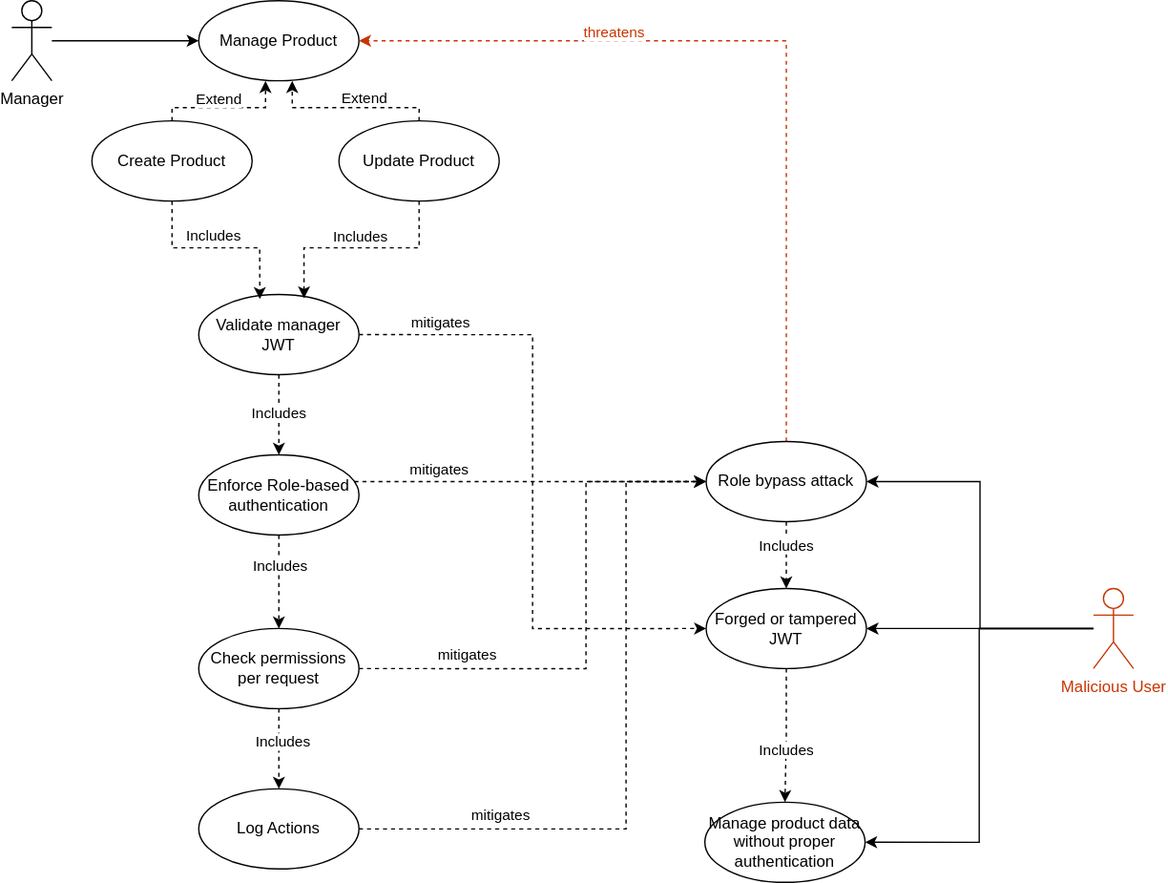
Above: docs/abuse-cases/joao1220663/images/Broken_Authorizon_Product.drawio.svg in mei-desofs/desofs2026-thu_crr_1 (draw.io), before the change. Source tidied: cells renumbered, new cells last; positions are measured from the earlier drawing's top-left corner, leaving out a move shared by most shapes.
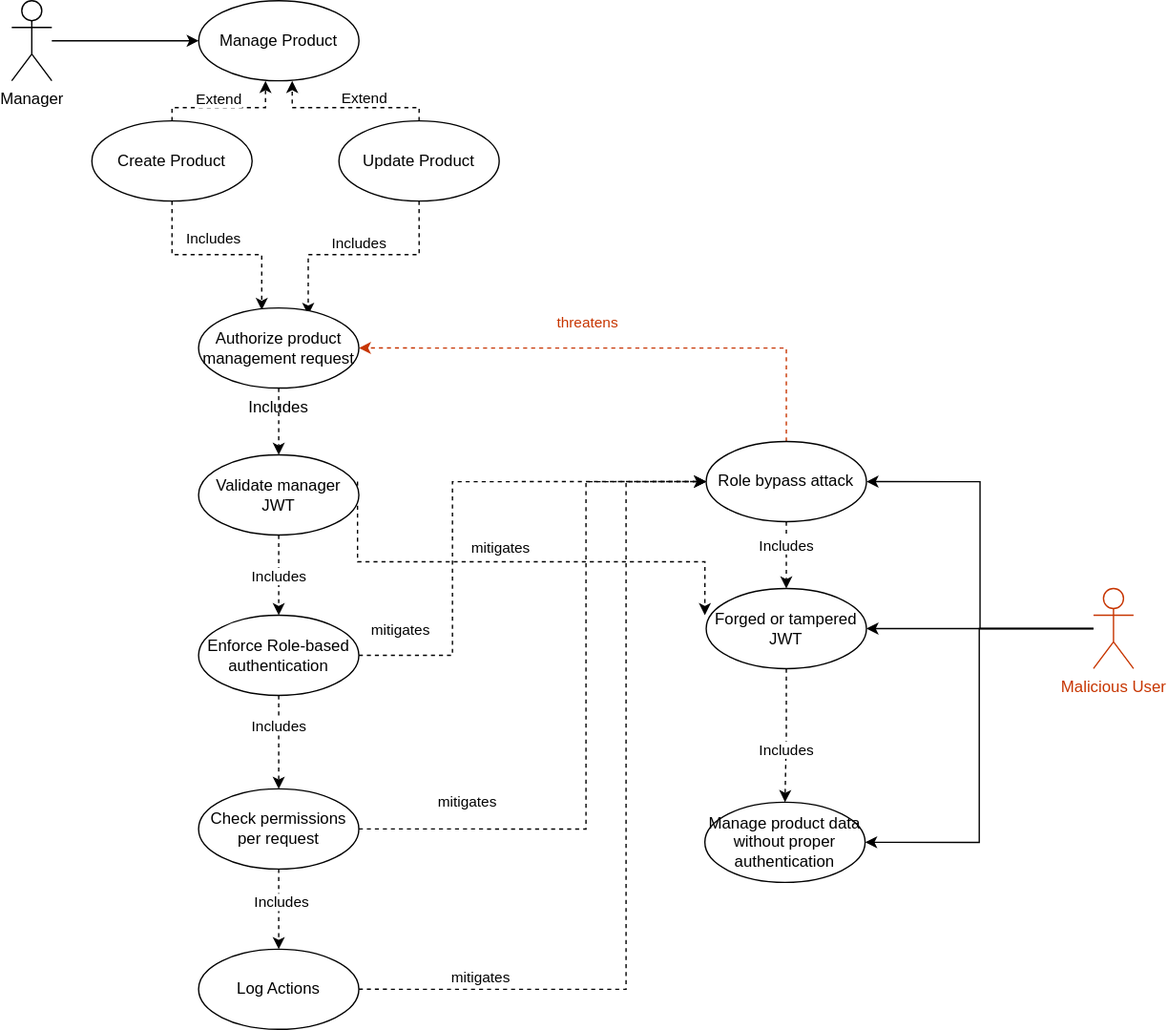
Later version of the same file.

Commit message:
docs: fix in abuse case diagram

Diff of the diagram source:
```diff
@@ -26,11 +26,18 @@
     <mxCell id="9" value="Includes" style="edgeStyle=orthogonalEdgeStyle;rounded=0;jettySize=auto;html=1;dashed=1;" parent="1" edge="1" source="11" target="16">
       <mxGeometry relative="1" as="geometry" />
     </mxCell>
-    <mxCell id="10" style="edgeStyle=orthogonalEdgeStyle;rounded=0;jettySize=auto;html=1;exitX=1;exitY=0.5;exitDx=0;exitDy=0;entryX=0;entryY=0.5;entryDx=0;entryDy=0;dashed=1;" parent="1" edge="1" source="11" target="33">
-      <mxGeometry relative="1" as="geometry" />
+    <mxCell id="10" style="edgeStyle=orthogonalEdgeStyle;rounded=0;orthogonalLoop=1;jettySize=auto;html=1;exitX=1;exitY=0.5;exitDx=0;exitDy=0;entryX=0;entryY=0.5;entryDx=0;entryDy=0;dashed=1;" parent="1" edge="1">
+      <mxGeometry relative="1" as="geometry">
+        <mxPoint x="258.9" y="360" as="sourcePoint" />
+        <mxPoint x="519" y="460" as="targetPoint" />
+        <Array as="points">
+          <mxPoint x="259" y="420" />
+          <mxPoint x="519" y="420" />
+        </Array>
+      </mxGeometry>
     </mxCell>
     <mxCell id="11" value="Validate manager JWT" style="ellipse;whiteSpace=wrap;html=1;fillColor=light-dark(#FFFFFF,#3399FF);strokeColor=light-dark(#000000,#000000);fontColor=light-dark(#000000,#000000);" parent="1" vertex="1">
-      <mxGeometry x="140" y="220" width="120" height="60" as="geometry" />
+      <mxGeometry x="139.9" y="340" width="120" height="60" as="geometry" />
     </mxCell>
     <mxCell id="12" style="edgeStyle=orthogonalEdgeStyle;rounded=0;jettySize=auto;html=1;entryX=0.5;entryY=0;entryDx=0;entryDy=0;dashed=1;" parent="1" edge="1" source="16" target="21">
       <mxGeometry relative="1" as="geometry" />
@@ -43,18 +50,18 @@
     <mxCell id="14" style="edgeStyle=orthogonalEdgeStyle;rounded=0;jettySize=auto;html=1;entryX=0;entryY=0.5;entryDx=0;entryDy=0;dashed=1;" parent="1" edge="1" source="16" target="30">
       <mxGeometry relative="1" as="geometry">
         <Array as="points">
-          <mxPoint x="330" y="360" />
+          <mxPoint x="330" y="490" />
           <mxPoint x="330" y="360" />
         </Array>
       </mxGeometry>
     </mxCell>
     <mxCell id="15" value="mitigates" style="edgeLabel;html=1;align=center;verticalAlign=middle;" parent="14" vertex="1">
       <mxGeometry x="-0.12" y="-1" relative="1" as="geometry">
-        <mxPoint x="-52" y="-11" as="offset" />
+        <mxPoint x="34" y="21" as="offset" />
       </mxGeometry>
     </mxCell>
     <mxCell id="16" value="Enforce Role-based authentication" style="ellipse;whiteSpace=wrap;html=1;fillColor=light-dark(#FFFFFF,#3399FF);strokeColor=light-dark(#000000,#000000);fontColor=light-dark(#000000,#000000);" parent="1" vertex="1">
-      <mxGeometry x="140" y="340" width="120" height="60" as="geometry" />
+      <mxGeometry x="139.9" y="460" width="120" height="60" as="geometry" />
     </mxCell>
     <mxCell id="17" style="edgeStyle=orthogonalEdgeStyle;rounded=0;jettySize=auto;html=1;entryX=0.5;entryY=0;entryDx=0;entryDy=0;dashed=1;" parent="1" edge="1" source="21" target="24">
       <mxGeometry relative="1" as="geometry" />
@@ -65,48 +72,48 @@
     <mxCell id="19" style="edgeStyle=orthogonalEdgeStyle;rounded=0;jettySize=auto;html=1;dashed=1;entryX=0;entryY=0.5;entryDx=0;entryDy=0;exitX=1;exitY=0.5;exitDx=0;exitDy=0;" parent="1" edge="1" source="21" target="30">
       <mxGeometry relative="1" as="geometry">
         <Array as="points">
-          <mxPoint x="430" y="500" />
+          <mxPoint x="430" y="620" />
           <mxPoint x="430" y="360" />
         </Array>
       </mxGeometry>
     </mxCell>
     <mxCell id="20" value="mitigates" style="edgeLabel;html=1;align=center;verticalAlign=middle;" parent="19" vertex="1">
       <mxGeometry x="-0.11" y="-6" relative="1" as="geometry">
-        <mxPoint x="-96" y="-2" as="offset" />
+        <mxPoint x="-96" y="41" as="offset" />
       </mxGeometry>
     </mxCell>
     <mxCell id="21" value="Check permissions per request" style="ellipse;whiteSpace=wrap;html=1;fillColor=light-dark(#FFFFFF,#3399FF);strokeColor=light-dark(#000000,#000000);fontColor=light-dark(#000000,#000000);" parent="1" vertex="1">
-      <mxGeometry x="140" y="470" width="120" height="60" as="geometry" />
+      <mxGeometry x="139.9" y="590" width="120" height="60" as="geometry" />
     </mxCell>
     <mxCell id="22" style="edgeStyle=orthogonalEdgeStyle;rounded=0;jettySize=auto;html=1;dashed=1;entryX=0;entryY=0.5;entryDx=0;entryDy=0;exitX=1;exitY=0.5;exitDx=0;exitDy=0;" parent="1" edge="1" source="24" target="30">
       <mxGeometry relative="1" as="geometry">
         <Array as="points">
-          <mxPoint x="460" y="620" />
+          <mxPoint x="460" y="740" />
           <mxPoint x="460" y="360" />
         </Array>
       </mxGeometry>
     </mxCell>
     <mxCell id="23" value="mitigates" style="edgeLabel;html=1;align=center;verticalAlign=middle;" parent="22" vertex="1">
       <mxGeometry x="-0.15" y="-1" relative="1" as="geometry">
-        <mxPoint x="-96" y="12" as="offset" />
+        <mxPoint x="-111" y="63" as="offset" />
       </mxGeometry>
     </mxCell>
     <mxCell id="24" value="Log Actions" style="ellipse;whiteSpace=wrap;html=1;fillColor=light-dark(#FFFFFF,#3399FF);strokeColor=light-dark(#000000,#000000);fontColor=light-dark(#000000,#000000);" parent="1" vertex="1">
-      <mxGeometry x="140" y="590" width="120" height="60" as="geometry" />
+      <mxGeometry x="139.9" y="710" width="120" height="60" as="geometry" />
     </mxCell>
     <mxCell id="25" value="Manage product data without proper authentication" style="ellipse;whiteSpace=wrap;html=1;fillColor=light-dark(#FFFFFF,#CDA2BE);strokeColor=light-dark(#000000,#000000);fontColor=light-dark(#000000,#000000);" parent="1" vertex="1">
       <mxGeometry x="519" y="600" width="120" height="60" as="geometry" />
     </mxCell>
-    <mxCell id="26" style="edgeStyle=orthogonalEdgeStyle;rounded=0;jettySize=auto;html=1;exitX=0.5;exitY=0;exitDx=0;exitDy=0;dashed=1;strokeColor=light-dark(#C73500,#FF0000);entryX=1;entryY=0.5;entryDx=0;entryDy=0;" parent="1" edge="1" source="30" target="8">
+    <mxCell id="26" style="edgeStyle=orthogonalEdgeStyle;rounded=0;jettySize=auto;html=1;exitX=0.5;exitY=0;exitDx=0;exitDy=0;dashed=1;strokeColor=light-dark(#C73500,#FF0000);entryX=1;entryY=0.5;entryDx=0;entryDy=0;" parent="1" edge="1" source="30" target="46">
       <mxGeometry relative="1" as="geometry">
         <Array as="points">
-          <mxPoint x="580" y="30" />
+          <mxPoint x="580" y="260" />
         </Array>
       </mxGeometry>
     </mxCell>
     <mxCell id="27" value="threatens" style="edgeLabel;html=1;align=center;verticalAlign=middle;strokeColor=light-dark(#C73500,#FF0000);fontColor=light-dark(#C73500,#FF0000);" parent="26" vertex="1">
       <mxGeometry x="0.19" y="2" relative="1" as="geometry">
-        <mxPoint x="-61" y="-9" as="offset" />
+        <mxPoint x="12" y="-22" as="offset" />
       </mxGeometry>
     </mxCell>
     <mxCell id="28" style="edgeStyle=orthogonalEdgeStyle;rounded=0;jettySize=auto;html=1;dashed=1;" parent="1" edge="1" source="30" target="33">
@@ -165,7 +172,7 @@
         <mxPoint x="-3" y="-6" as="offset" />
       </mxGeometry>
     </mxCell>
-    <mxCell id="40" style="edgeStyle=orthogonalEdgeStyle;rounded=0;jettySize=auto;html=1;exitX=0.5;exitY=1;exitDx=0;exitDy=0;entryX=0.381;entryY=0.057;entryDx=0;entryDy=0;entryPerimeter=0;dashed=1;" parent="1" edge="1" source="36" target="11">
+    <mxCell id="40" style="edgeStyle=orthogonalEdgeStyle;rounded=0;jettySize=auto;html=1;exitX=0.5;exitY=1;exitDx=0;exitDy=0;entryX=0.394;entryY=0.025;entryDx=0;entryDy=0;entryPerimeter=0;dashed=1;" parent="1" edge="1" source="36" target="46">
       <mxGeometry relative="1" as="geometry" />
     </mxCell>
     <mxCell id="41" value="Includes" style="edgeLabel;html=1;align=center;verticalAlign=middle;" parent="40" vertex="1">
@@ -173,7 +180,7 @@
         <mxPoint x="30" y="-8" as="offset" />
       </mxGeometry>
     </mxCell>
-    <mxCell id="42" style="edgeStyle=orthogonalEdgeStyle;rounded=0;jettySize=auto;html=1;exitX=0.5;exitY=1;exitDx=0;exitDy=0;entryX=0.657;entryY=0.048;entryDx=0;entryDy=0;entryPerimeter=0;dashed=1;" parent="1" edge="1" source="38" target="11">
+    <mxCell id="42" style="edgeStyle=orthogonalEdgeStyle;rounded=0;jettySize=auto;html=1;exitX=0.5;exitY=1;exitDx=0;exitDy=0;entryX=0.684;entryY=0.087;entryDx=0;entryDy=0;entryPerimeter=0;dashed=1;" parent="1" edge="1" source="38" target="46">
       <mxGeometry relative="1" as="geometry" />
     </mxCell>
     <mxCell id="43" value="Includes" style="edgeLabel;html=1;align=center;verticalAlign=middle;" parent="42" vertex="1">
@@ -182,7 +189,16 @@
       </mxGeometry>
     </mxCell>
     <mxCell id="44" value="mitigates" style="edgeLabel;html=1;align=center;verticalAlign=middle;" parent="1" vertex="1">
-      <mxGeometry x="320" y="240" as="geometry" />
+      <mxGeometry x="290" y="470" as="geometry" />
     </mxCell>
+    <mxCell id="45" style="edgeStyle=orthogonalEdgeStyle;rounded=0;jettySize=auto;html=1;exitX=0.5;exitY=1;exitDx=0;exitDy=0;dashed=1;" parent="1" edge="1" source="46" target="11">
+      <mxGeometry relative="1" as="geometry" />
+    </mxCell>
+    <mxCell id="46" value="Authorize product management request" style="ellipse;whiteSpace=wrap;html=1;fillColor=light-dark(#FFFFFF,#3399FF);strokeColor=light-dark(#000000,#000000);fontColor=light-dark(#000000,#000000);" parent="1" vertex="1">
+      <mxGeometry x="139.9" y="230" width="120" height="60" as="geometry" />
+    </mxCell>
+    <mxCell id="47" value="Includes" style="text;html=1;whiteSpace=wrap;strokeColor=none;fillColor=none;align=center;verticalAlign=middle;rounded=0;" parent="1" vertex="1">
+      <mxGeometry x="169.9" y="290" width="60" height="30" as="geometry" />
+    </mxCell>
   </root>
 </mxGraphModel>
```
